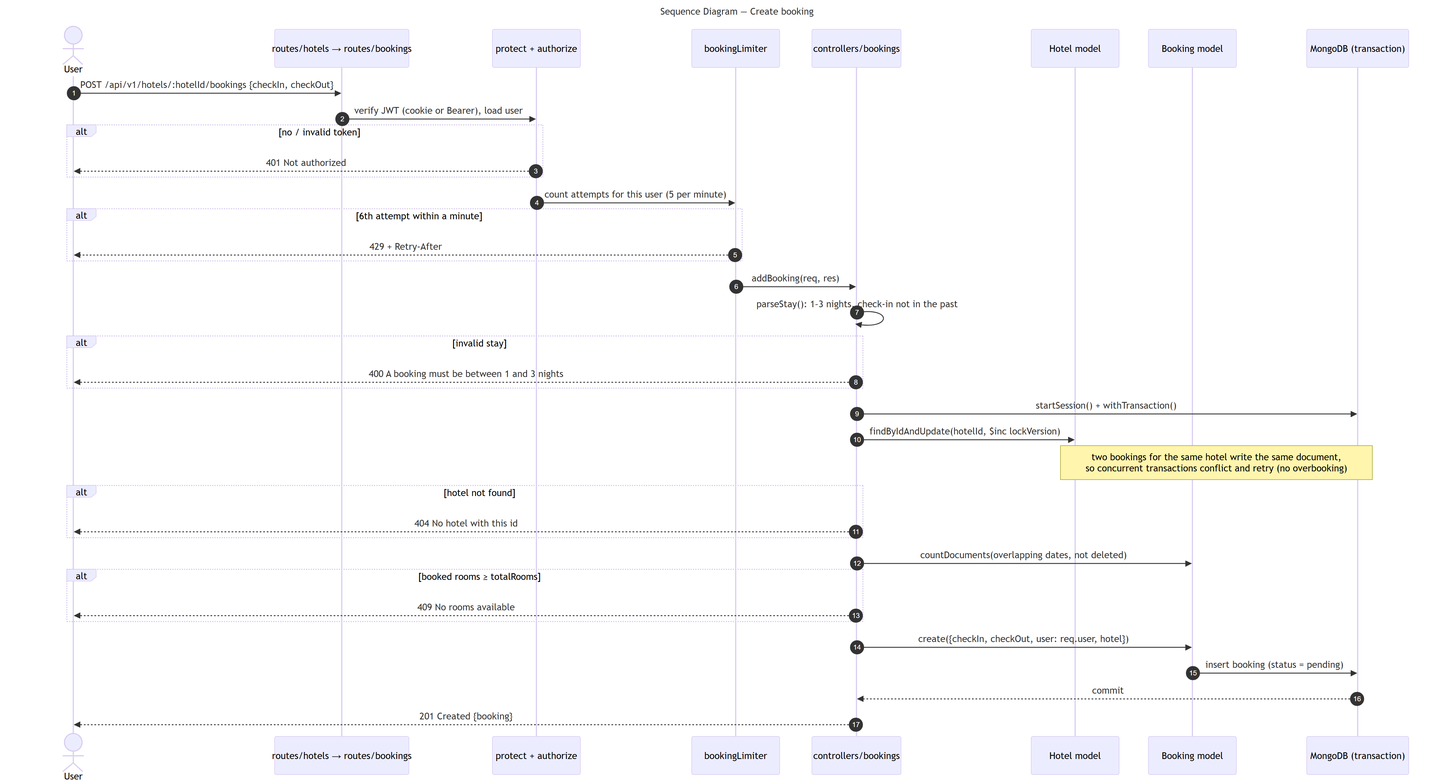
This is docs/diagrams/seq-create-booking.png from mickDoctorDev/SW-DEV-Project-1-Hotel-Booking, a Mermaid export, as it was before one commit. Its source is kept beside it as docs/diagrams/seq-create-booking.mmd. Its diagram source:
```mermaid
---
title: Sequence Diagram — Create booking
---
sequenceDiagram
    autonumber
    actor U as User
    participant R as routes/hotels → routes/bookings
    participant P as protect + authorize
    participant L as bookingLimiter
    participant C as controllers/bookings
    participant H as Hotel model
    participant B as Booking model
    participant DB as MongoDB (transaction)

    U->>R: POST /api/v1/hotels/:hotelId/bookings {checkIn, checkOut}
    R->>P: verify JWT (cookie or Bearer), load user
    alt no / invalid token
        P-->>U: 401 Not authorized
    end
    P->>L: count attempts for this user (5 per minute)
    alt 6th attempt within a minute
        L-->>U: 429 + Retry-After
    end
    L->>C: addBooking(req, res)
    C->>C: parseStay(): 1–3 nights, check-in not in the past
    alt invalid stay
        C-->>U: 400 A booking must be between 1 and 3 nights
    end
    C->>DB: startSession() + withTransaction()
    C->>H: findByIdAndUpdate(hotelId, $inc lockVersion)
    Note over H,DB: two bookings for the same hotel write the same document,<br/>so concurrent transactions conflict and retry (no overbooking)
    alt hotel not found
        C-->>U: 404 No hotel with this id
    end
    C->>B: countDocuments(overlapping dates, not deleted)
    alt booked rooms ≥ totalRooms
        C-->>U: 409 No rooms available
    end
    C->>B: create({checkIn, checkOut, user: req.user, hotel})
    B->>DB: insert booking (status = pending)
    DB-->>C: commit
    C-->>U: 201 Created {booking}
```
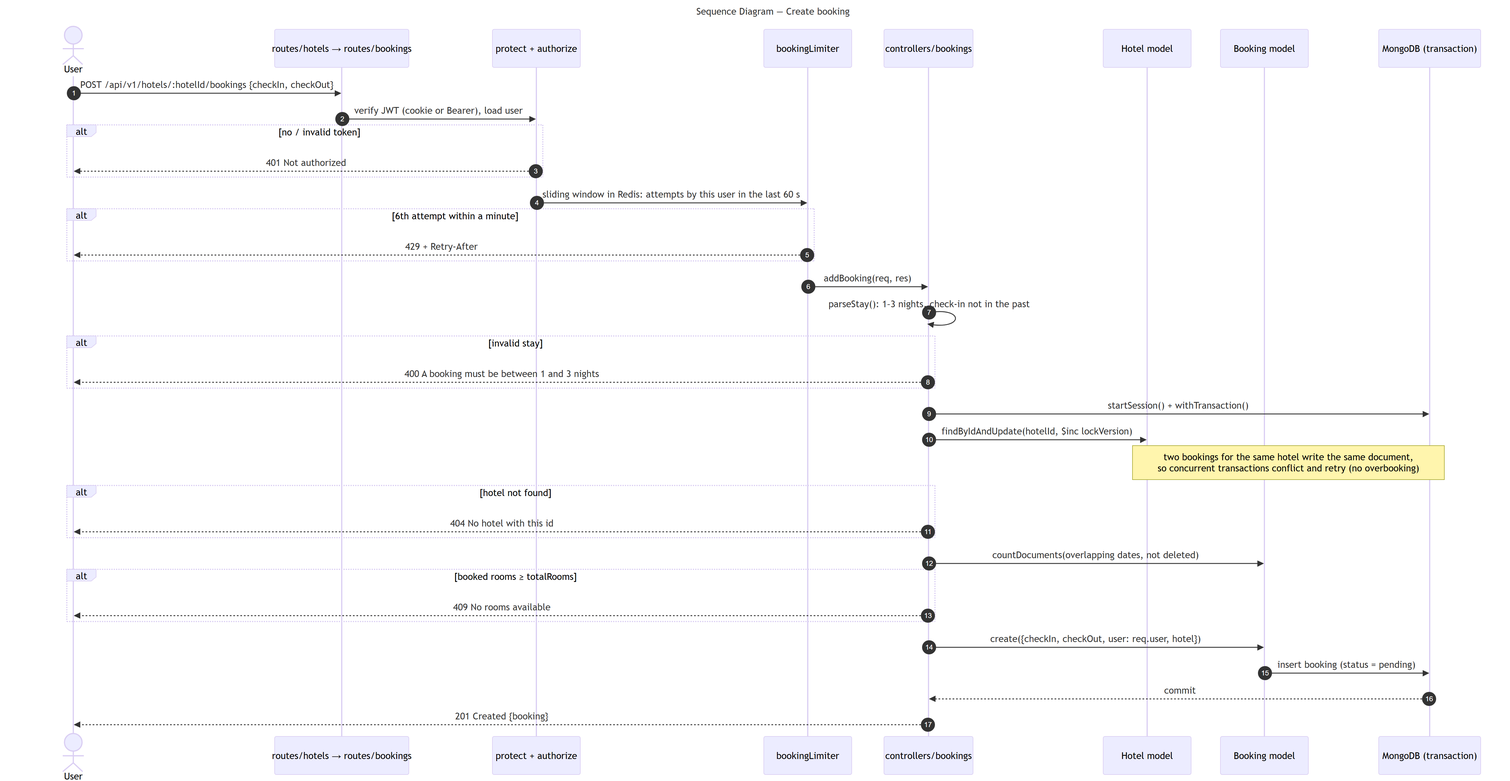
The same file after the commit.

Diff of the diagram source:
```diff
@@ -17,7 +17,7 @@
     alt no / invalid token
         P-->>U: 401 Not authorized
     end
-    P->>L: count attempts for this user (5 per minute)
+    P->>L: sliding window in Redis: attempts by this user in the last 60 s
     alt 6th attempt within a minute
         L-->>U: 429 + Retry-After
     end
```
